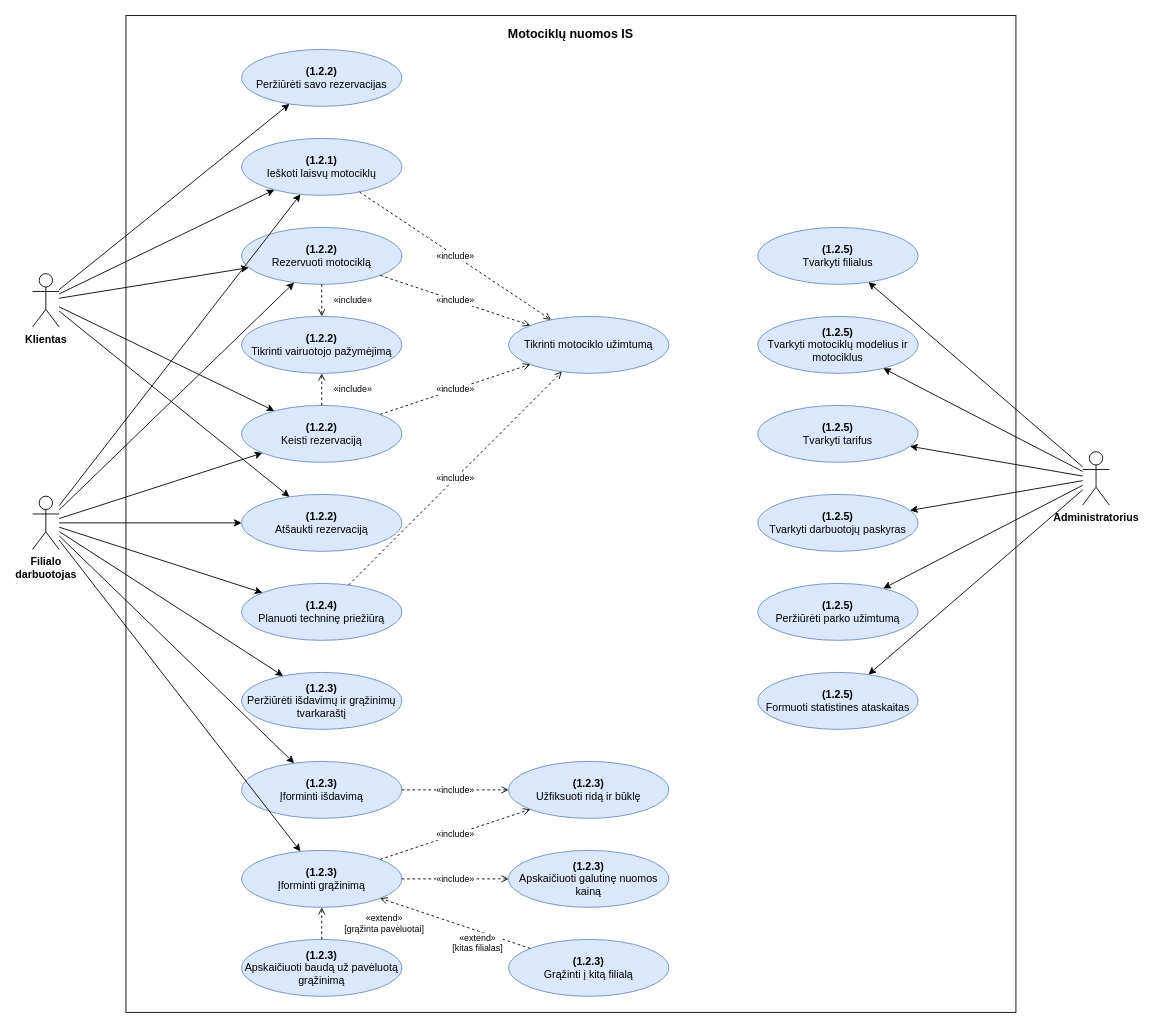
dimabreeze/VU-IGDS-GrupineUzduotis keeps this draw.io diagram as diagramos/07-panaudos-atvejai.drawio. Above is the earlier version. Source tidied: cells renumbered, new cells numbered last; positions are measured from the earlier drawing's top-left corner, leaving out a move shared by most shapes. Both pictures are drawn from the tidied source at 89%, with x=0, y=0 at pixel (32, 15).
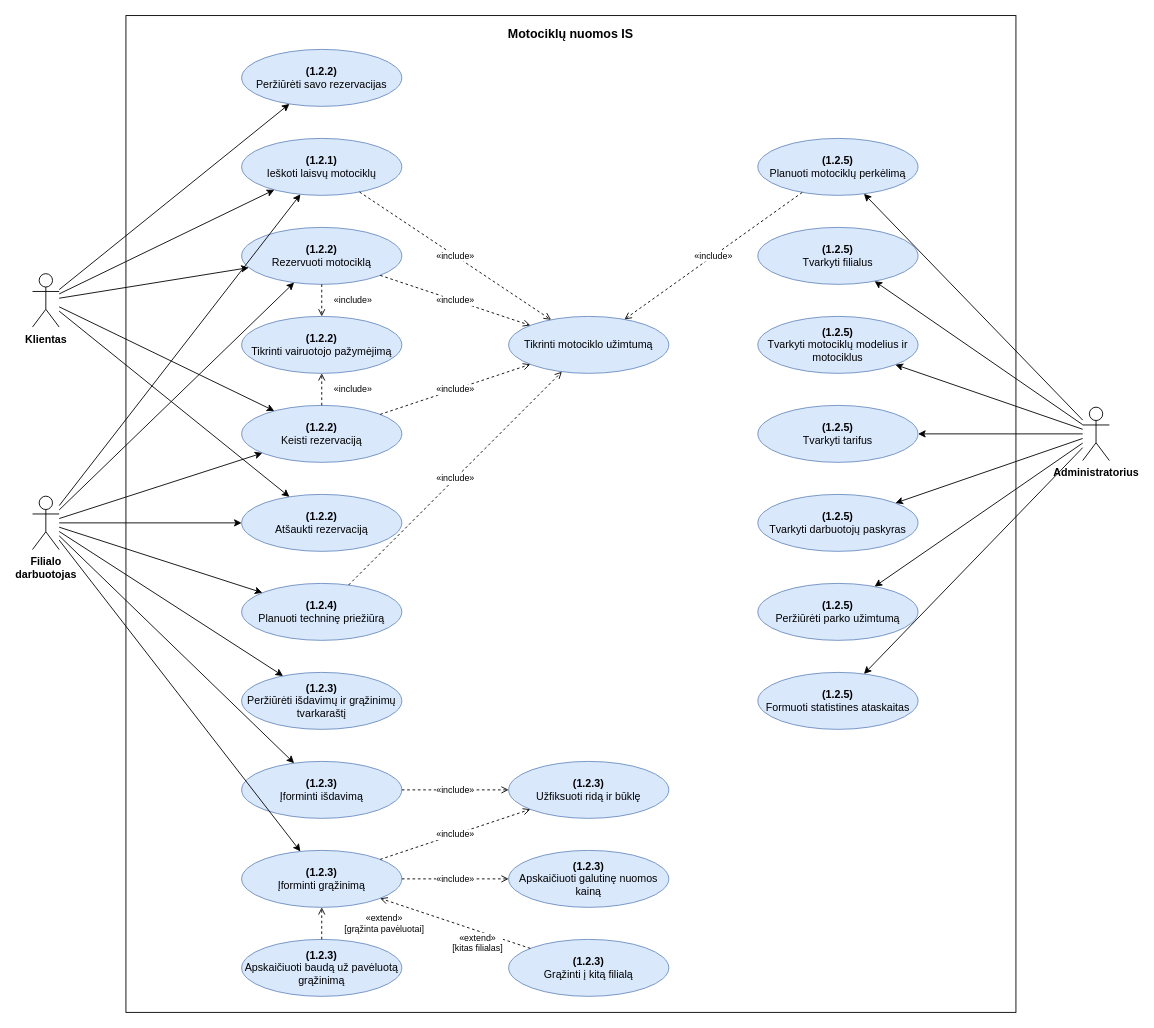
After the change.

The change refers to these unchanged cells:
```xml
<mxCell id="14" value="Tikrinti motociklo užimtumą" style="ellipse;whiteSpace=wrap;html=1;fillColor=#dae8fc;strokeColor=#6c8ebf;fontSize=12;" parent="1" vertex="1">
  <mxGeometry x="535" y="338" width="180" height="64" as="geometry" />
</mxCell>
```

The edit, as a diff of the source:
```diff
@@
     <mxCell id="26" value="Administratorius" style="shape=umlActor;verticalLabelPosition=bottom;verticalAlign=top;html=1;outlineConnect=0;fontSize=12;fontStyle=1;" parent="1" vertex="1">
-      <mxGeometry x="1180" y="490" width="30" height="60" as="geometry" />
+      <mxGeometry x="1180" y="440" width="30" height="60" as="geometry" />
     </mxCell>
@@
+    <mxCell id="57" value="&lt;b&gt;(1.2.5)&lt;/b&gt;&lt;br&gt;Planuoti motociklų perkėlimą" style="ellipse;whiteSpace=wrap;html=1;fillColor=#dae8fc;strokeColor=#6c8ebf;fontSize=12;" parent="1" vertex="1">
+      <mxGeometry x="815" y="138" width="180" height="64" as="geometry" />
+    </mxCell>
+    <mxCell id="58" style="endArrow=classic;endFill=1;html=1;rounded=0;" parent="1" edge="1" source="26" target="57">
+      <mxGeometry relative="1" as="geometry" />
+    </mxCell>
+    <mxCell id="59" value="«include»" style="endArrow=open;endFill=0;dashed=1;html=1;rounded=0;fontSize=10;labelBackgroundColor=#ffffff;" parent="1" edge="1" source="57" target="14">
+      <mxGeometry relative="1" as="geometry" />
+    </mxCell>
```
